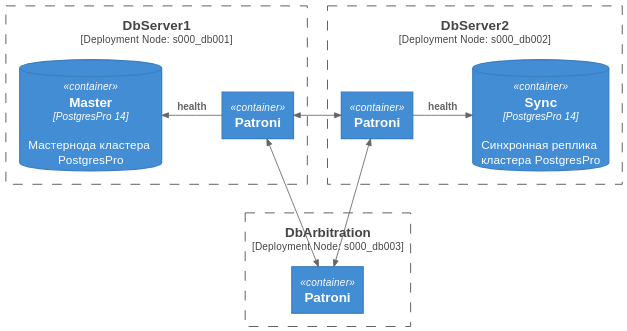
gGerret/otus-project keeps this PlantUML diagram as svg/Postgres.svg. Above is the earlier version.
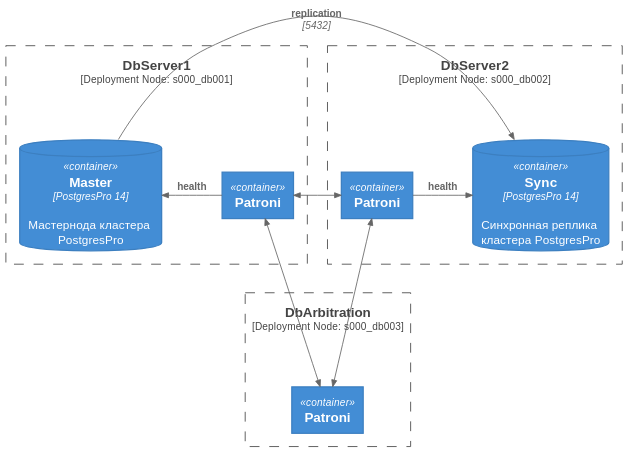
The same diagram one commit later.

Commit message:
add replication link

Change to the diagram source:
```diff
@@ -19,6 +19,9 @@
 Boundary(dbnode3, "DbArbitration", "Deployment Node: s000_db003") {
     Container(patroni3, "Patroni", "", "")
 }
+
+Rel(master, sync, "replication", "5432")
+
 BiRel_L(patroni3, patroni1, "")
 BiRel_L(patroni1, patroni2, "")
 BiRel(patroni2, patroni3, "")
```
